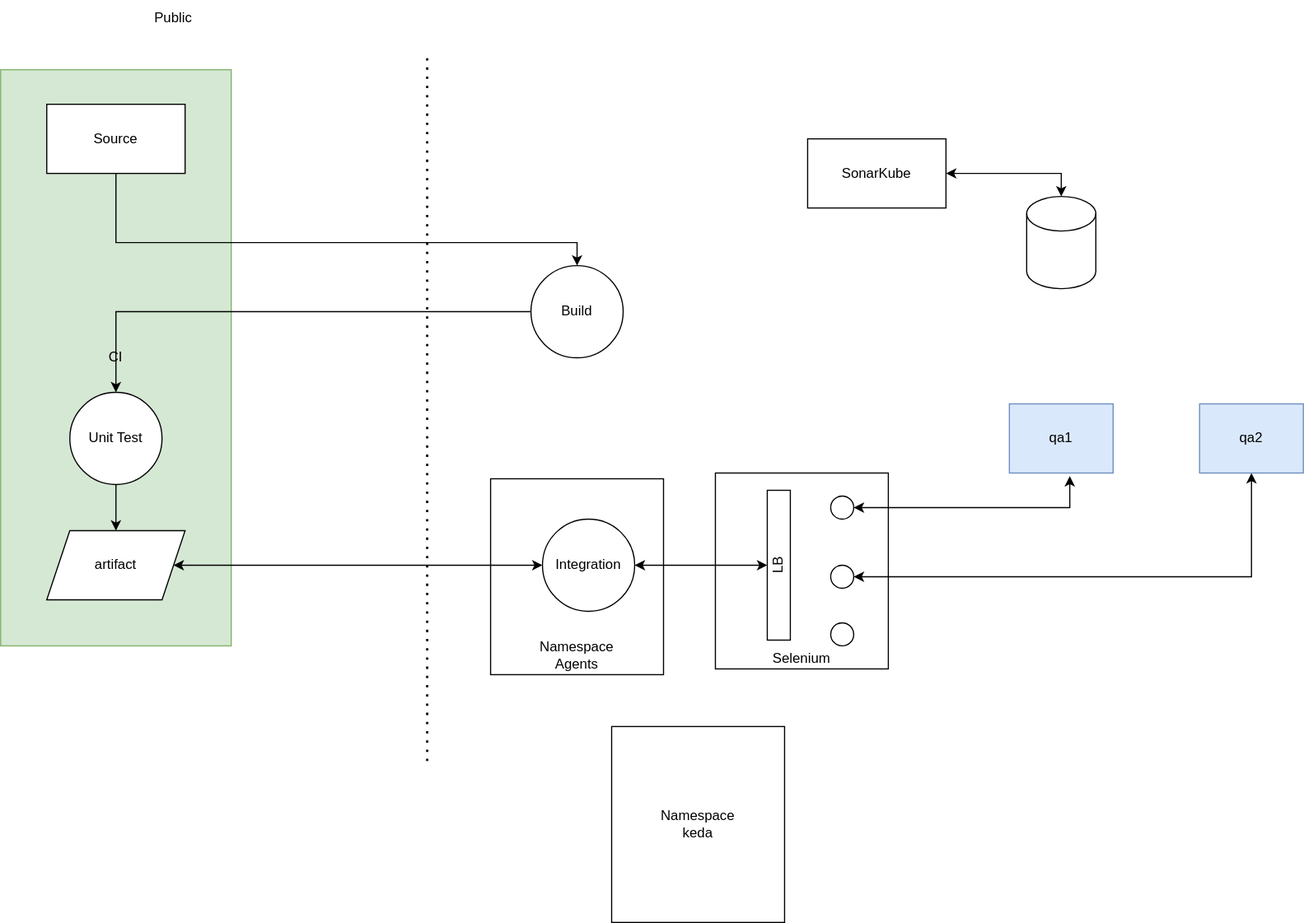
Before: infra/agentsinfrastructureunderstanding.svg, a diagram exported from draw.io (vjavle/invoicecloud). Source tidied: cells renumbered, new cells last; positions are measured from the earlier drawing's top-left corner, leaving out a move shared by most shapes.
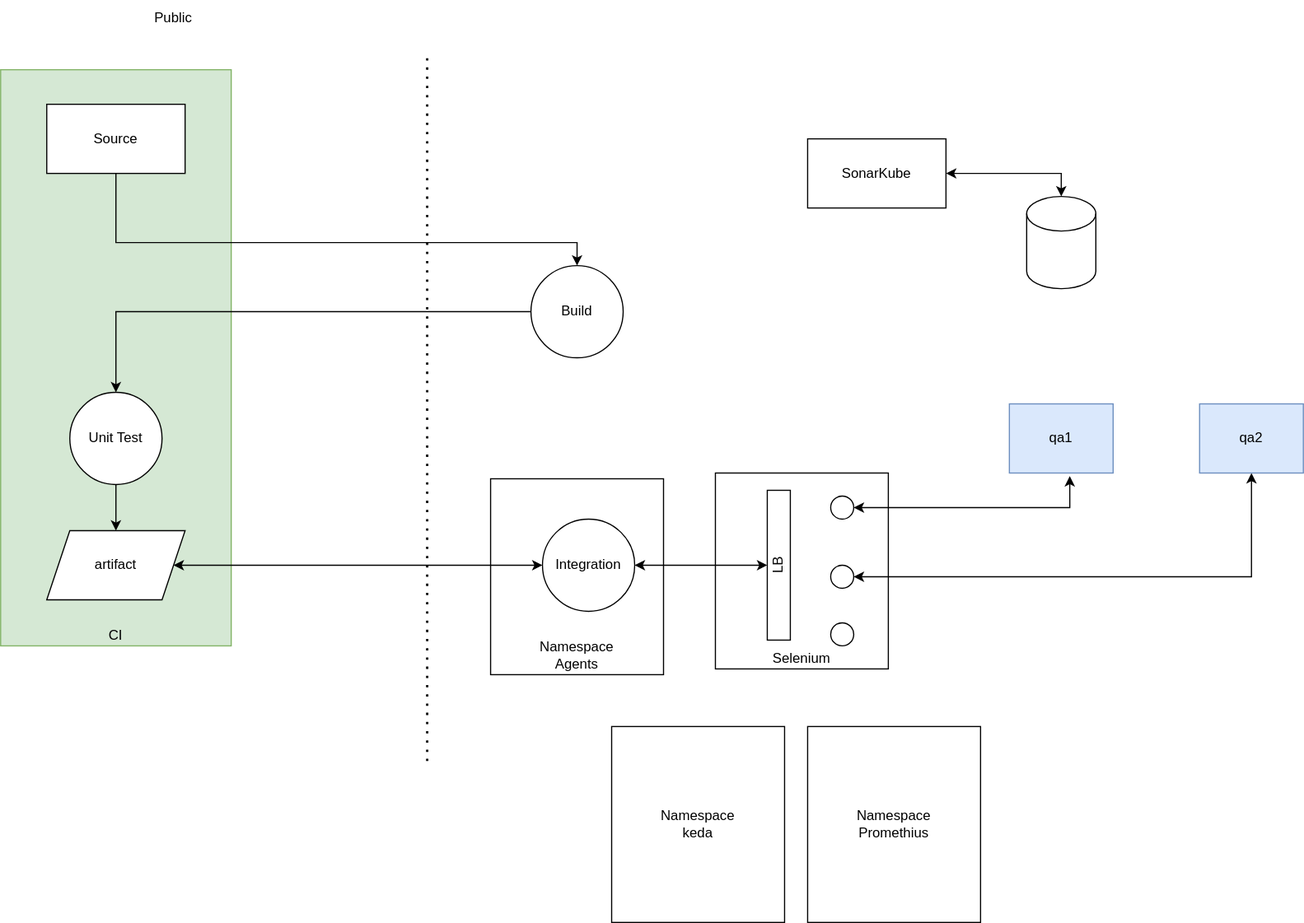
After the commit.

Change to the diagram source:
```diff
@@ -8,7 +8,7 @@
     <mxCell id="3" value="Selenium" style="rounded=0;whiteSpace=wrap;html=1;verticalAlign=bottom;" parent="1" vertex="1">
       <mxGeometry x="620" y="410" width="150" height="170" as="geometry" />
     </mxCell>
-    <mxCell id="4" value="CI" style="rounded=0;whiteSpace=wrap;html=1;fillColor=#d5e8d4;strokeColor=#82b366;" parent="1" vertex="1">
+    <mxCell id="4" value="CI" style="rounded=0;whiteSpace=wrap;html=1;fillColor=#d5e8d4;strokeColor=#82b366;verticalAlign=bottom;" parent="1" vertex="1">
       <mxGeometry y="60" width="200" height="500" as="geometry" />
     </mxCell>
     <mxCell id="5" style="edgeStyle=orthogonalEdgeStyle;rounded=0;jettySize=auto;html=1;" parent="1" edge="1" source="6" target="9">
@@ -91,5 +91,8 @@
     <mxCell id="28" value="Namespace&lt;br&gt;keda" style="rounded=0;whiteSpace=wrap;html=1;" parent="1" vertex="1">
       <mxGeometry x="530" y="630" width="150" height="170" as="geometry" />
     </mxCell>
+    <mxCell id="29" value="Namespace&lt;br&gt;Promethius" style="rounded=0;whiteSpace=wrap;html=1;" parent="1" vertex="1">
+      <mxGeometry x="700" y="630" width="150" height="170" as="geometry" />
+    </mxCell>
   </root>
 </mxGraphModel>
```
